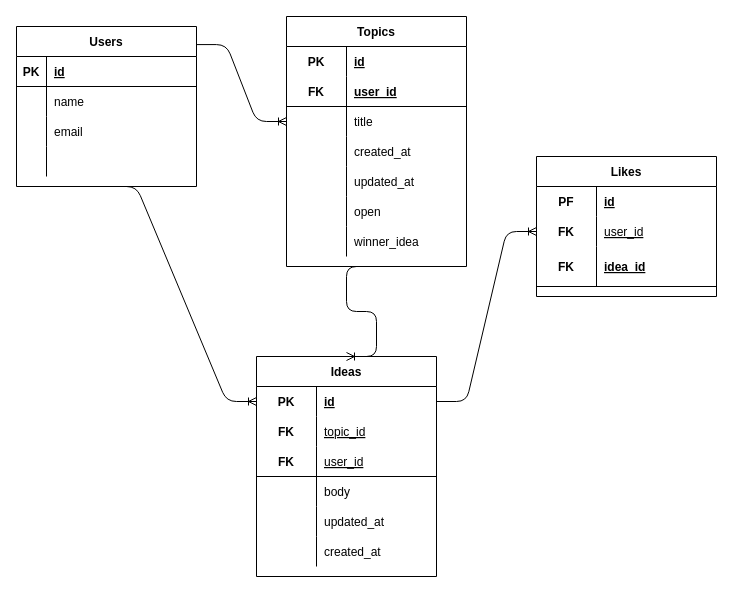
This is ERD.drawio from LorenaCueva/phase-3-sinatra-react-project, a draw.io file, before an edit. Source tidied: cells renumbered, new cells numbered last; positions are measured from the earlier drawing's top-left corner, leaving out a move shared by most shapes. Both pictures are drawn from the tidied source at 100%, with x=0, y=0 at pixel (16, 16).
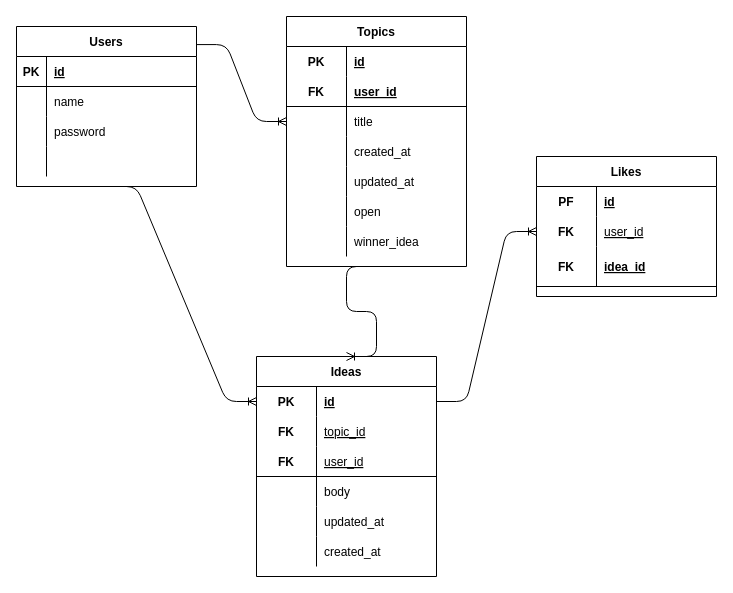
After the change.

Unchanged cells that the change refers to:
```xml
<mxCell id="10" style="shape=partialRectangle;fillColor=none;top=0;left=0;bottom=0;right=0;" parent="3" vertex="1">
  <mxGeometry y="90" width="180" height="30" as="geometry" />
</mxCell>
```

What changed in the source:
```diff
@@
-    <mxCell id="12" value="email" style="shape=partialRectangle;fillColor=none;top=0;left=0;bottom=0;right=0;align=left;spacingLeft=6;overflow=hidden;" parent="10" vertex="1">
+    <mxCell id="12" value="password" style="shape=partialRectangle;fillColor=none;top=0;left=0;bottom=0;right=0;align=left;spacingLeft=6;overflow=hidden;" parent="10" vertex="1">
       <mxGeometry x="30" width="150" height="30" as="geometry" />
     </mxCell>
```
